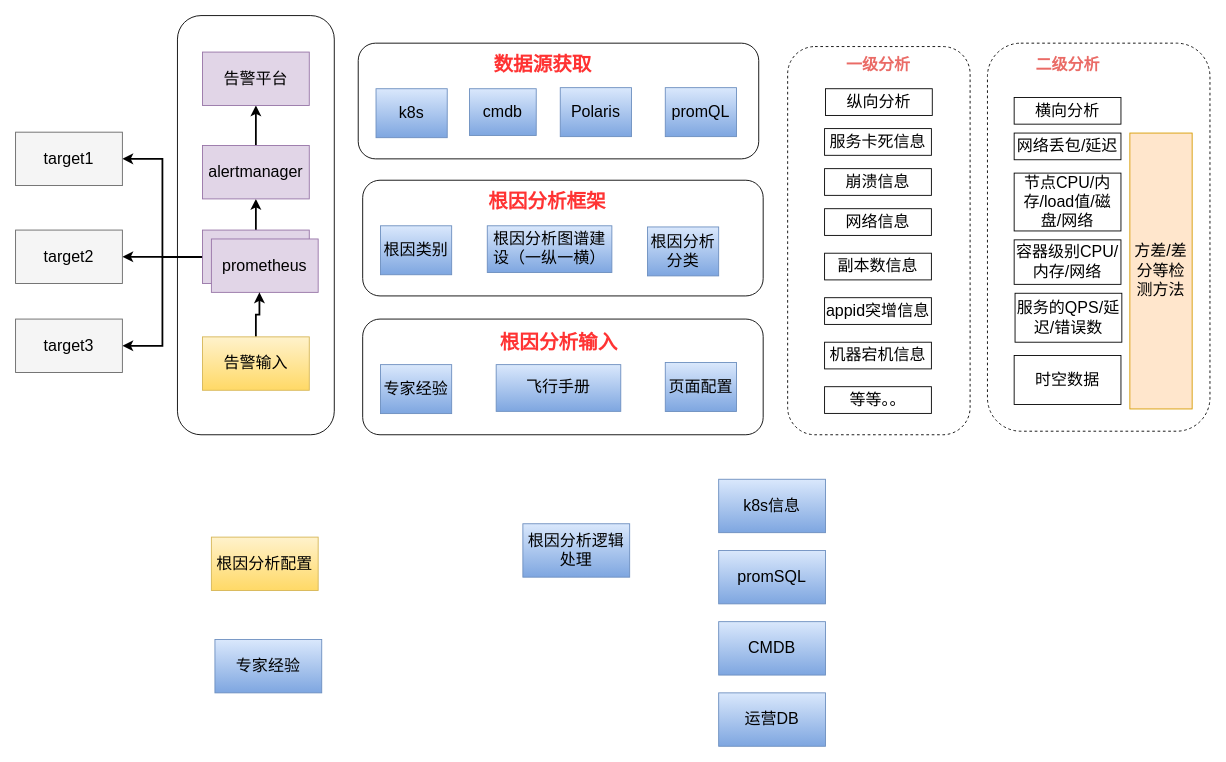
The draw.io diagram 未命名绘图.drawio in liyuanchuan8/draw, before the edit. Source tidied: cells renumbered, new cells numbered last; positions are measured from the earlier drawing's top-left corner, leaving out a move shared by most shapes. Both pictures are drawn from the tidied source at 89%, with x=0, y=0 at pixel (15, 15).
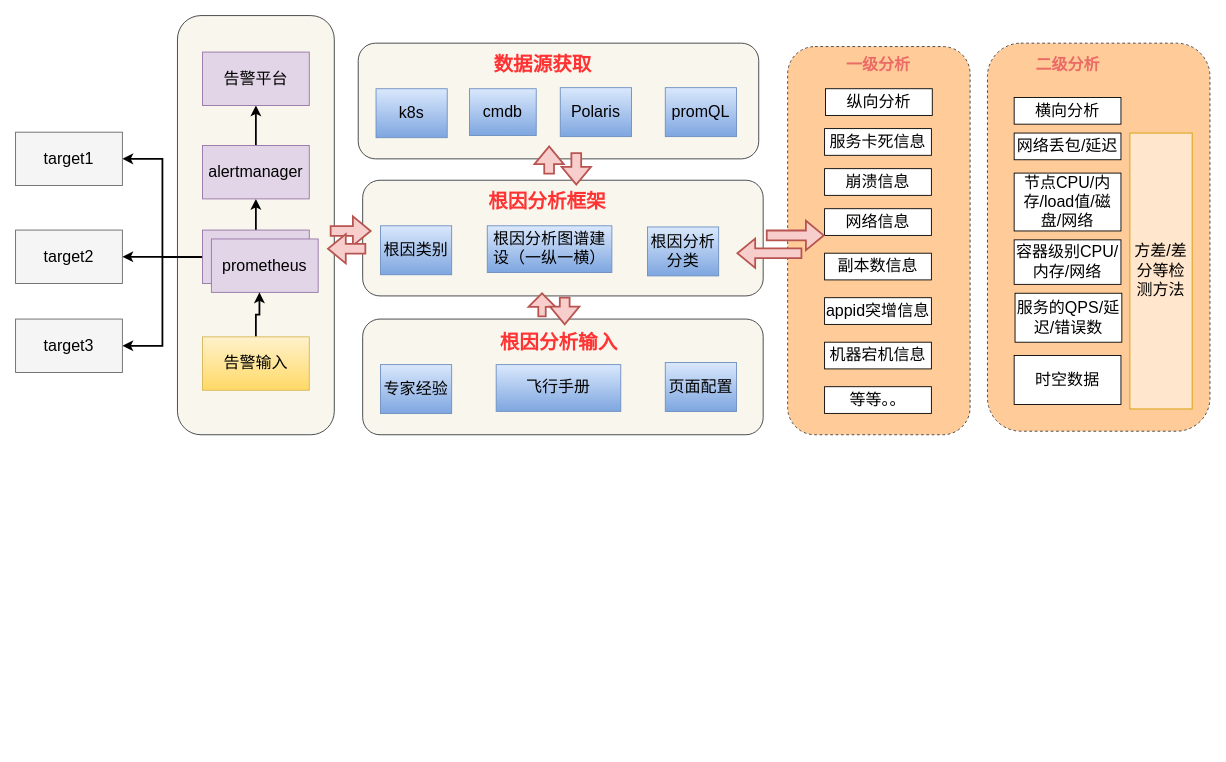
The same diagram, later.

Commit message (it also covers changes not shown here):
更新未命名绘图.drawio

The edit, as a diff of the source:
```diff
@@
-<mxGraphModel>
+<mxGraphModel background="#ffffff">
@@
-    <mxCell id="2" style="rounded=1;whiteSpace=wrap;html=1;" parent="1" vertex="1">
+    <mxCell id="2" style="rounded=1;whiteSpace=wrap;html=1;fillColor=#f9f7ed;strokeColor=#36393d;" parent="1" vertex="1">
       <mxGeometry x="181.9" width="176.2" height="471" as="geometry" />
     </mxCell>
-    <mxCell id="3" style="rounded=1;whiteSpace=wrap;html=1;fontSize=18;fontColor=#000000;strokeColor=#000000;strokeWidth=1;dashed=1;" parent="1" vertex="1">
+    <mxCell id="3" style="rounded=1;whiteSpace=wrap;html=1;fontSize=18;strokeColor=#36393d;strokeWidth=1;dashed=1;fillColor=#ffcc99;" parent="1" vertex="1">
       <mxGeometry x="867.5" y="34.8" width="205" height="436.2" as="geometry" />
     </mxCell>
-    <mxCell id="4" style="rounded=1;whiteSpace=wrap;html=1;" parent="1" vertex="1">
+    <mxCell id="4" style="rounded=1;whiteSpace=wrap;html=1;fillColor=#f9f7ed;strokeColor=#36393d;" parent="1" vertex="1">
       <mxGeometry x="390" y="185" width="450" height="130" as="geometry" />
     </mxCell>
@@
-    <mxCell id="19" value="&lt;font color=&quot;#000000&quot;&gt;根因分析配置&lt;/font&gt;" style="whiteSpace=wrap;html=1;fontSize=18;strokeColor=#d6b656;rounded=0;strokeWidth=1;fillColor=#fff2cc;gradientColor=#ffd966;" parent="1" vertex="1">
-      <mxGeometry x="220" y="586" width="120" height="60" as="geometry" />
-    </mxCell>
@@
-    <mxCell id="28" style="rounded=1;whiteSpace=wrap;html=1;fontSize=18;fontColor=#000000;strokeColor=#000000;strokeWidth=1;dashed=1;" parent="1" vertex="1">
+    <mxCell id="28" style="rounded=1;whiteSpace=wrap;html=1;fontSize=18;strokeColor=#36393d;strokeWidth=1;dashed=1;fillColor=#ffcc99;" parent="1" vertex="1">
       <mxGeometry x="1092" y="31" width="250" height="436" as="geometry" />
     </mxCell>
@@
-    <mxCell id="37" value="专家经验" style="whiteSpace=wrap;html=1;fontSize=18;strokeColor=#6c8ebf;rounded=0;strokeWidth=1;fillColor=#dae8fc;gradientColor=#7ea6e0;" parent="1" vertex="1">
-      <mxGeometry x="224" y="701" width="120" height="60" as="geometry" />
-    </mxCell>
@@
-    <mxCell id="39" value="根因分析逻辑处理" style="whiteSpace=wrap;html=1;fontSize=18;strokeColor=#6c8ebf;rounded=0;strokeWidth=1;fillColor=#dae8fc;gradientColor=#7ea6e0;" parent="1" vertex="1">
-      <mxGeometry x="570" y="571" width="120" height="60" as="geometry" />
-    </mxCell>
-    <mxCell id="40" value="k8s信息" style="whiteSpace=wrap;html=1;fontSize=18;strokeColor=#6c8ebf;rounded=0;strokeWidth=1;fillColor=#dae8fc;gradientColor=#7ea6e0;" parent="1" vertex="1">
-      <mxGeometry x="790" y="521" width="120" height="60" as="geometry" />
-    </mxCell>
-    <mxCell id="41" value="promSQL" style="whiteSpace=wrap;html=1;fontSize=18;strokeColor=#6c8ebf;rounded=0;strokeWidth=1;fillColor=#dae8fc;gradientColor=#7ea6e0;" parent="1" vertex="1">
-      <mxGeometry x="790" y="601" width="120" height="60" as="geometry" />
-    </mxCell>
-    <mxCell id="42" value="CMDB" style="whiteSpace=wrap;html=1;fontSize=18;strokeColor=#6c8ebf;rounded=0;strokeWidth=1;fillColor=#dae8fc;gradientColor=#7ea6e0;" parent="1" vertex="1">
-      <mxGeometry x="790" y="681" width="120" height="60" as="geometry" />
-    </mxCell>
-    <mxCell id="43" value="运营DB" style="whiteSpace=wrap;html=1;fontSize=18;strokeColor=#6c8ebf;rounded=0;strokeWidth=1;fillColor=#dae8fc;gradientColor=#7ea6e0;" parent="1" vertex="1">
-      <mxGeometry x="790" y="761" width="120" height="60" as="geometry" />
-    </mxCell>
@@
-    <mxCell id="46" style="rounded=1;whiteSpace=wrap;html=1;" parent="1" vertex="1">
+    <mxCell id="46" style="rounded=1;whiteSpace=wrap;html=1;fillColor=#f9f7ed;strokeColor=#36393d;" parent="1" vertex="1">
       <mxGeometry x="390" y="341" width="450" height="130" as="geometry" />
     </mxCell>
@@
-    <mxCell id="51" style="rounded=1;whiteSpace=wrap;html=1;" parent="1" vertex="1">
+    <mxCell id="51" style="rounded=1;whiteSpace=wrap;html=1;fillColor=#f9f7ed;strokeColor=#36393d;" parent="1" vertex="1">
       <mxGeometry x="385" y="31" width="450" height="130" as="geometry" />
     </mxCell>
@@
+    <mxCell id="59" style="shape=flexArrow;endArrow=classic;html=1;rounded=0;fontSize=22;fontColor=#FF3333;strokeWidth=2;fillColor=#f8cecc;strokeColor=#b85450;" parent="1" edge="1">
+      <mxGeometry relative="1" as="geometry">
+        <mxPoint x="353" y="242" as="sourcePoint" />
+        <mxPoint x="400" y="242" as="targetPoint" />
+      </mxGeometry>
+    </mxCell>
+    <mxCell id="60" style="shape=flexArrow;endArrow=classic;html=1;rounded=0;fontSize=22;fontColor=#FF3333;strokeWidth=2;fillColor=#f8cecc;strokeColor=#b85450;" parent="1" edge="1">
+      <mxGeometry relative="1" as="geometry">
+        <mxPoint x="394" y="262" as="sourcePoint" />
+        <mxPoint x="350" y="262" as="targetPoint" />
+      </mxGeometry>
+    </mxCell>
+    <mxCell id="61" style="shape=flexArrow;endArrow=classic;html=1;rounded=0;fontSize=22;fontColor=#FF3333;strokeWidth=2;fillColor=#f8cecc;strokeColor=#b85450;" parent="1" edge="1">
+      <mxGeometry relative="1" as="geometry">
+        <mxPoint x="599.5" y="178.5" as="sourcePoint" />
+        <mxPoint x="599.5" y="146" as="targetPoint" />
+      </mxGeometry>
+    </mxCell>
+    <mxCell id="62" style="shape=flexArrow;endArrow=classic;html=1;rounded=0;fontSize=22;fontColor=#FF3333;strokeWidth=2;fillColor=#f8cecc;strokeColor=#b85450;" parent="1" edge="1">
+      <mxGeometry relative="1" as="geometry">
+        <mxPoint x="630" y="153.5" as="sourcePoint" />
+        <mxPoint x="630" y="191" as="targetPoint" />
+      </mxGeometry>
+    </mxCell>
+    <mxCell id="63" style="shape=flexArrow;endArrow=classic;html=1;rounded=0;fontSize=22;fontColor=#FF3333;strokeWidth=2;fillColor=#f8cecc;strokeColor=#b85450;width=7.36842105263158;endSize=4.452631578947369;" parent="1" edge="1">
+      <mxGeometry relative="1" as="geometry">
+        <mxPoint x="591.5" y="338.9" as="sourcePoint" />
+        <mxPoint x="591.5" y="311" as="targetPoint" />
+      </mxGeometry>
+    </mxCell>
+    <mxCell id="64" style="shape=flexArrow;endArrow=classic;html=1;rounded=0;fontSize=22;fontColor=#FF3333;strokeWidth=2;fillColor=#f8cecc;strokeColor=#b85450;" parent="1" edge="1">
+      <mxGeometry relative="1" as="geometry">
+        <mxPoint x="617" y="315.9" as="sourcePoint" />
+        <mxPoint x="617" y="348" as="targetPoint" />
+      </mxGeometry>
+    </mxCell>
+    <mxCell id="65" style="shape=flexArrow;endArrow=classic;html=1;rounded=0;fontSize=22;fontColor=#FF3333;strokeWidth=2;fillColor=#f8cecc;strokeColor=#b85450;" parent="1" edge="1">
+      <mxGeometry relative="1" as="geometry">
+        <mxPoint x="843" y="247" as="sourcePoint" />
+        <mxPoint x="909" y="247" as="targetPoint" />
+      </mxGeometry>
+    </mxCell>
+    <mxCell id="66" style="shape=flexArrow;endArrow=classic;html=1;rounded=0;fontSize=22;fontColor=#FF3333;strokeWidth=2;fillColor=#f8cecc;strokeColor=#b85450;" parent="1" edge="1">
+      <mxGeometry relative="1" as="geometry">
+        <mxPoint x="884" y="267" as="sourcePoint" />
+        <mxPoint x="810" y="267" as="targetPoint" />
+      </mxGeometry>
+    </mxCell>
```
